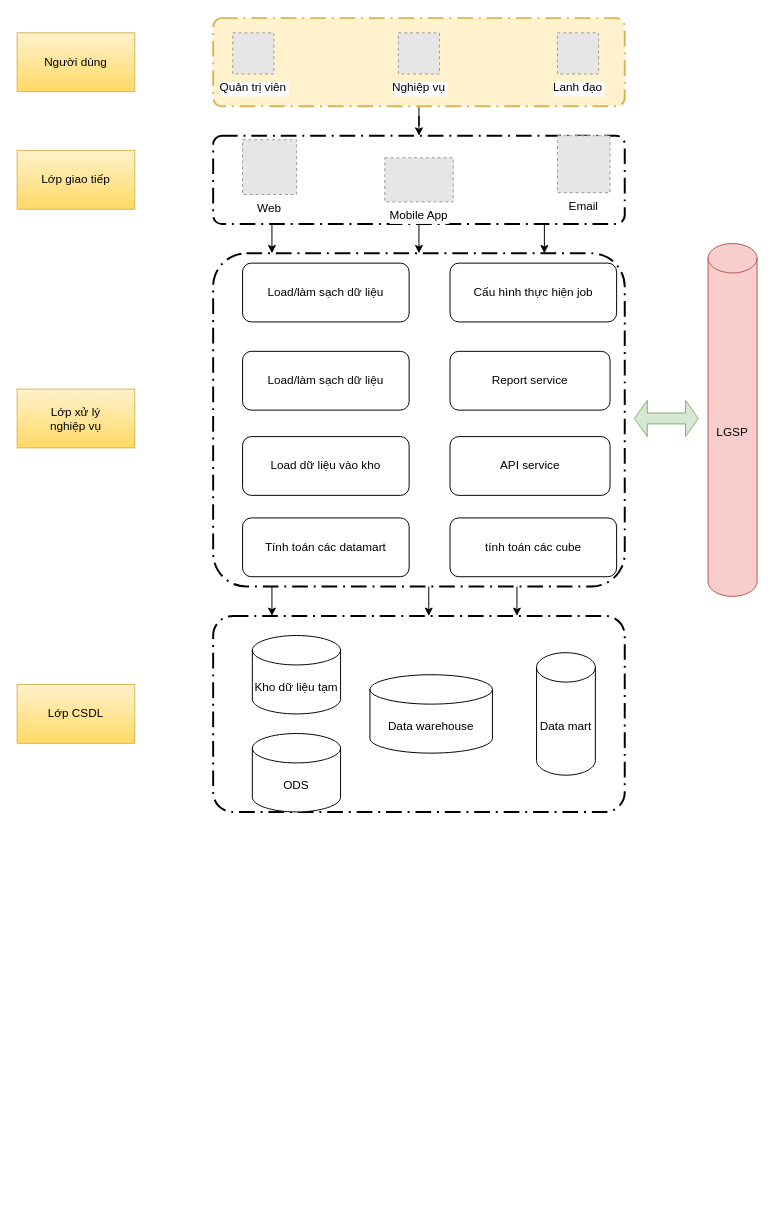
letheanh12345/Draw-io keeps this draw.io diagram as page "KHO" (5 of 5) of so-do-draw/Untitled Diagram.drawio. Above is the earlier version. Source tidied: cells renumbered, new cells numbered last; positions are measured from the earlier drawing's top-left corner, leaving out a move shared by most shapes. Both pictures are drawn from the tidied source at 98%, with x=0, y=0 at pixel (17, 18). Pictures stored in the file or linked from it are replaced by grey dashed boxes.
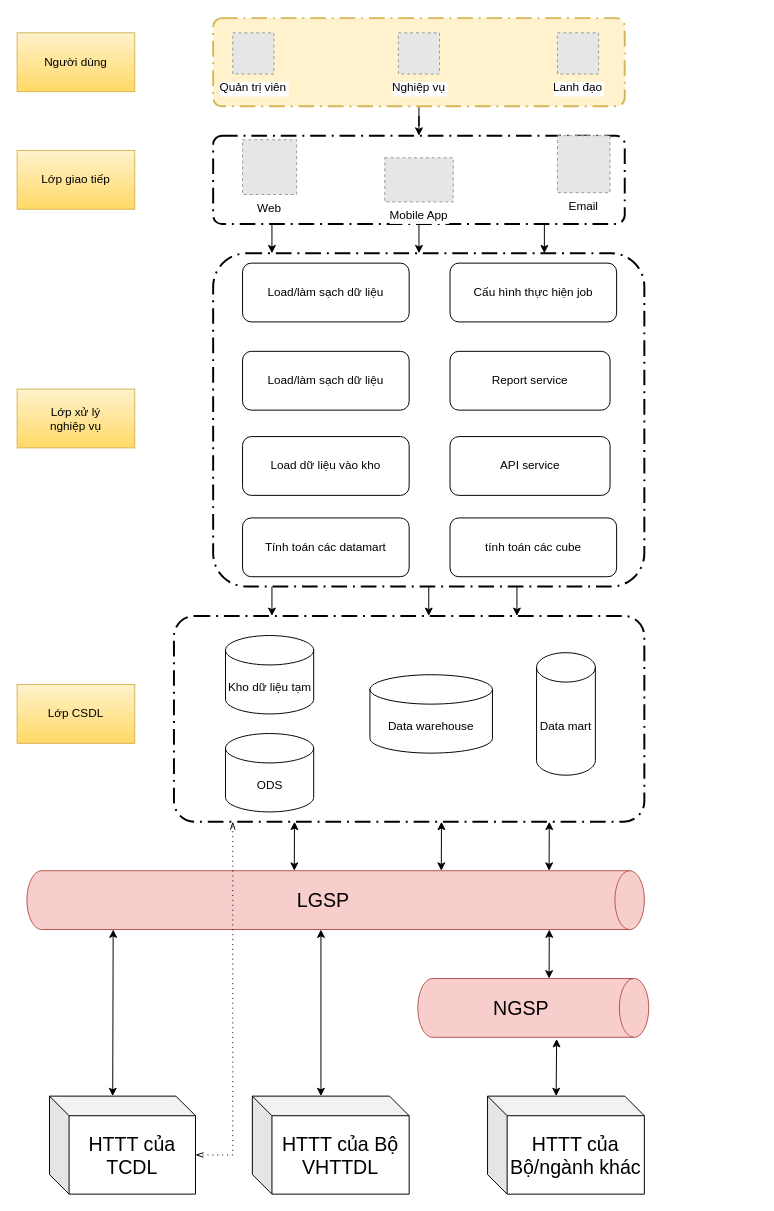
Above is the later version.

Diff of the diagram source:
```diff
@@
     <mxCell id="16" style="rounded=1;arcSize=10;dashed=1;strokeColor=#000000;fillColor=none;gradientColor=none;dashPattern=8 3 1 3;strokeWidth=2;fontStyle=1;fontSize=20;" parent="1" vertex="1">
-      <mxGeometry x="200" y="240" width="420" height="340" as="geometry" />
+      <mxGeometry x="200" y="240" width="440" height="340" as="geometry" />
     </mxCell>
@@
     <mxCell id="21" style="points=[[0.25,0,0],[0.5,0,0],[0.75,0,0],[1,0.25,0],[1,0.5,0],[1,0.75,0],[0.75,1,0],[0.5,1,0],[0.25,1,0],[0,0.75,0],[0,0.5,0],[0,0.25,0]];rounded=1;arcSize=10;dashed=1;strokeColor=#000000;fillColor=none;gradientColor=none;dashPattern=8 3 1 3;strokeWidth=2;fontStyle=1;fontSize=20;" parent="1" vertex="1">
-      <mxGeometry x="200" y="610" width="420" height="200" as="geometry" />
+      <mxGeometry x="160" y="610" width="480" height="210" as="geometry" />
     </mxCell>
     <mxCell id="22" value="Kho dữ liệu tạm" style="shape=cylinder3;whiteSpace=wrap;html=1;boundedLbl=1;backgroundOutline=1;size=15;" parent="1" vertex="1">
-      <mxGeometry x="240" y="630" width="90" height="80" as="geometry" />
+      <mxGeometry x="212.6" y="630" width="90" height="80" as="geometry" />
     </mxCell>
     <mxCell id="23" value="ODS" style="shape=cylinder3;whiteSpace=wrap;html=1;boundedLbl=1;backgroundOutline=1;size=15;" parent="1" vertex="1">
-      <mxGeometry x="240" y="730" width="90" height="80" as="geometry" />
+      <mxGeometry x="212.6" y="730" width="90" height="80" as="geometry" />
     </mxCell>
@@
-    <mxCell id="28" value="LGSP" style="shape=cylinder3;whiteSpace=wrap;html=1;boundedLbl=1;backgroundOutline=1;size=15;fillColor=#f8cecc;strokeColor=#b85450;" parent="1" vertex="1">
-      <mxGeometry x="705" y="230" width="50" height="360" as="geometry" />
-    </mxCell>
@@
-    <mxCell id="36" style="shape=doubleArrow;whiteSpace=wrap;html=1;fillColor=#d5e8d4;strokeColor=#82b366;" parent="1" vertex="1">
-      <mxGeometry x="630" y="390" width="65" height="37" as="geometry" />
-    </mxCell>
+    <mxCell id="28" value="&lt;font style=&quot;font-size: 20px;&quot;&gt;LGSP&lt;/font&gt;" style="shape=cylinder3;whiteSpace=wrap;html=1;boundedLbl=1;backgroundOutline=1;size=15;direction=south;fillColor=#f8cecc;strokeColor=#b85450;" parent="1" vertex="1">
+      <mxGeometry x="10" y="870" width="630" height="60" as="geometry" />
+    </mxCell>
+    <mxCell id="37" value="HTTT của TCDL" style="shape=cube;whiteSpace=wrap;html=1;boundedLbl=1;backgroundOutline=1;darkOpacity=0.05;darkOpacity2=0.1;fontSize=20;" parent="1" vertex="1">
+      <mxGeometry x="33" y="1100" width="149" height="100" as="geometry" />
+    </mxCell>
+    <mxCell id="38" value="HTTT của Bộ VHTTDL" style="shape=cube;whiteSpace=wrap;html=1;boundedLbl=1;backgroundOutline=1;darkOpacity=0.05;darkOpacity2=0.1;fontSize=20;" parent="1" vertex="1">
+      <mxGeometry x="240" y="1100" width="160" height="100" as="geometry" />
+    </mxCell>
+    <mxCell id="39" value="HTTT của Bộ/ngành khác" style="shape=cube;whiteSpace=wrap;html=1;boundedLbl=1;backgroundOutline=1;darkOpacity=0.05;darkOpacity2=0.1;fontSize=20;" parent="1" vertex="1">
+      <mxGeometry x="480" y="1100" width="160" height="100" as="geometry" />
+    </mxCell>
+    <mxCell id="40" value="&lt;font style=&quot;font-size: 20px;&quot;&gt;NGSP&lt;/font&gt;" style="shape=cylinder3;whiteSpace=wrap;html=1;boundedLbl=1;backgroundOutline=1;size=15;direction=south;fillColor=#f8cecc;strokeColor=#b85450;" parent="1" vertex="1">
+      <mxGeometry x="408.9" y="980" width="235.6" height="60" as="geometry" />
+    </mxCell>
+    <mxCell id="41" style="endArrow=classic;startArrow=classic;html=1;rounded=0;fontSize=20;exitX=0.167;exitY=0.78;exitDx=0;exitDy=0;exitPerimeter=0;" parent="1" edge="1">
+      <mxGeometry relative="1" as="geometry">
+        <mxPoint x="282.8" y="870" as="sourcePoint" />
+        <mxPoint x="283" y="820" as="targetPoint" />
+      </mxGeometry>
+    </mxCell>
+    <mxCell id="42" style="endArrow=classic;startArrow=classic;html=1;rounded=0;fontSize=20;exitX=0.167;exitY=0.78;exitDx=0;exitDy=0;exitPerimeter=0;" parent="1" edge="1">
+      <mxGeometry relative="1" as="geometry">
+        <mxPoint x="432.8" y="870" as="sourcePoint" />
+        <mxPoint x="433" y="820" as="targetPoint" />
+      </mxGeometry>
+    </mxCell>
+    <mxCell id="43" style="endArrow=classic;startArrow=classic;html=1;rounded=0;fontSize=20;exitX=0.167;exitY=0.78;exitDx=0;exitDy=0;exitPerimeter=0;" parent="1" edge="1">
+      <mxGeometry relative="1" as="geometry">
+        <mxPoint x="542.8" y="870" as="sourcePoint" />
+        <mxPoint x="543" y="820" as="targetPoint" />
+      </mxGeometry>
+    </mxCell>
+    <mxCell id="44" style="endArrow=classic;startArrow=classic;html=1;rounded=0;fontSize=20;exitX=0.167;exitY=0.78;exitDx=0;exitDy=0;exitPerimeter=0;" parent="1" edge="1">
+      <mxGeometry relative="1" as="geometry">
+        <mxPoint x="542.8" y="980" as="sourcePoint" />
+        <mxPoint x="543" y="930" as="targetPoint" />
+      </mxGeometry>
+    </mxCell>
+    <mxCell id="45" style="endArrow=classic;startArrow=classic;html=1;rounded=0;fontSize=20;exitX=0;exitY=0;exitDx=70;exitDy=0;exitPerimeter=0;entryX=1.028;entryY=0.399;entryDx=0;entryDy=0;entryPerimeter=0;" parent="1" edge="1" source="39" target="40">
+      <mxGeometry relative="1" as="geometry" />
+    </mxCell>
+    <mxCell id="46" style="endArrow=classic;startArrow=classic;html=1;rounded=0;fontSize=20;exitX=0;exitY=0;exitDx=64.5;exitDy=0;exitPerimeter=0;" parent="1" edge="1" source="37">
+      <mxGeometry relative="1" as="geometry">
+        <mxPoint x="98" y="930" as="targetPoint" />
+      </mxGeometry>
+    </mxCell>
+    <mxCell id="47" style="endArrow=classic;startArrow=classic;html=1;rounded=0;fontSize=20;exitX=0;exitY=0;exitDx=70;exitDy=0;exitPerimeter=0;" parent="1" edge="1" source="38">
+      <mxGeometry relative="1" as="geometry">
+        <mxPoint x="310" y="930" as="targetPoint" />
+      </mxGeometry>
+    </mxCell>
+    <mxCell id="48" style="edgeStyle=elbowEdgeStyle;fontSize=12;html=1;endFill=0;startFill=0;endSize=6;startSize=6;dashed=1;dashPattern=1 4;endArrow=openThin;startArrow=openThin;rounded=0;exitX=0;exitY=0;exitDx=149;exitDy=60;exitPerimeter=0;entryX=0.125;entryY=1;entryDx=0;entryDy=0;entryPerimeter=0;" parent="1" edge="1" source="37" target="21">
+      <mxGeometry relative="1" as="geometry">
+        <Array as="points">
+          <mxPoint x="220" y="940" />
+          <mxPoint x="150" y="1090" />
+        </Array>
+      </mxGeometry>
+    </mxCell>
```
